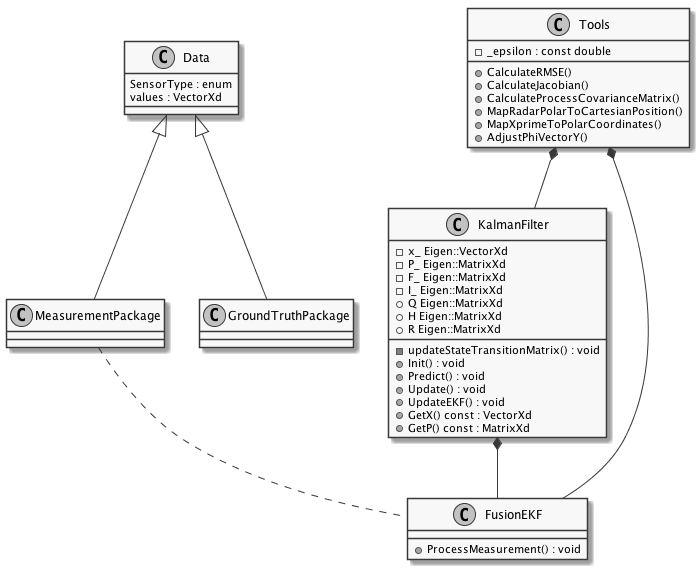
Above: misc/OverView.png in ChrisShepherd81/Extended-Kalman-Filter (PlantUML), before the change. Its source is kept beside it as misc/overview.puml. Its diagram source:
```plantuml
@startuml
skinparam monochrome true
class Data{
 SensorType : enum
 values : VectorXd
}
class Tools{
  -_epsilon : const double
  +CalculateRMSE()
  +CalculateJacobian()
  +CalculateProcessCovarianceMatrix()
  +MapRadarPolarToCartesianPosition()
  +MapXprimeToPolarCoordinates()
  +AdjustPhiVectorY()
}
class KalmanFilter{
  -x_ Eigen::VectorXd
  -P_ Eigen::MatrixXd
  -F_ Eigen::MatrixXd
  -I_ Eigen::MatrixXd
  +Q Eigen::MatrixXd
  +H Eigen::MatrixXd
  +R Eigen::MatrixXd

  -updateStateTransitionMatrix() : void
  +Init() : void
  +Predict() : void
  +Update() : void
  +UpdateEKF() : void
  +GetX() const : VectorXd
  +GetP() const : MatrixXd

}
class FusionEKF{
 +ProcessMeasurement() : void
}
Tools *-- KalmanFilter
Tools *-- FusionEKF
Data <|-- MeasurementPackage
Data <|-- GroundTruthPackage
KalmanFilter *-- FusionEKF
MeasurementPackage .. FusionEKF
@enduml
```
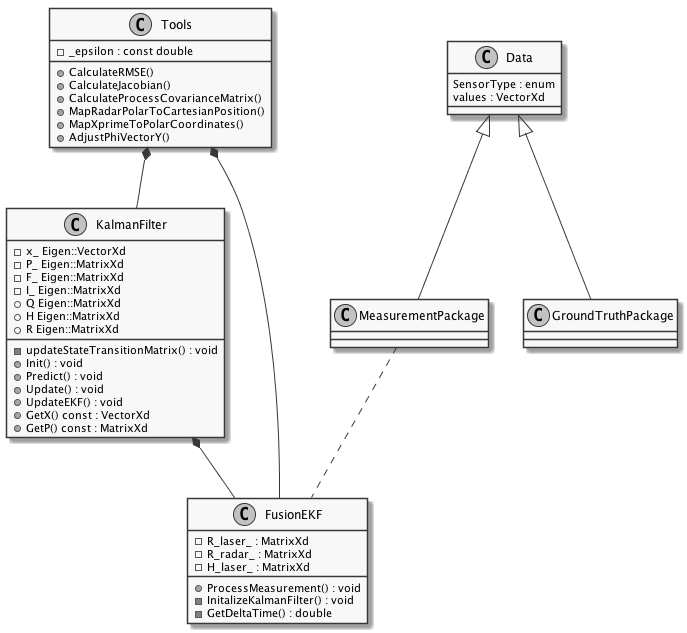
After the change.

The edit, as a diff of the source:
```diff
@@ -1,9 +1,6 @@
 @startuml
 skinparam monochrome true
-class Data{
- SensorType : enum
- values : VectorXd
-}
+
 class Tools{
   -_epsilon : const double
   +CalculateRMSE()
@@ -33,9 +30,21 @@
 }
 class FusionEKF{
  +ProcessMeasurement() : void
+
+ -R_laser_ : MatrixXd
+ -R_radar_ : MatrixXd
+ -H_laser_ : MatrixXd
+
+ -InitalizeKalmanFilter() : void
+ -GetDeltaTime() : double
+
 }
+class Data{
+ SensorType : enum
+ values : VectorXd
+}
+Tools *-- FusionEKF
 Tools *-- KalmanFilter
-Tools *-- FusionEKF
 Data <|-- MeasurementPackage
 Data <|-- GroundTruthPackage
 KalmanFilter *-- FusionEKF
```
